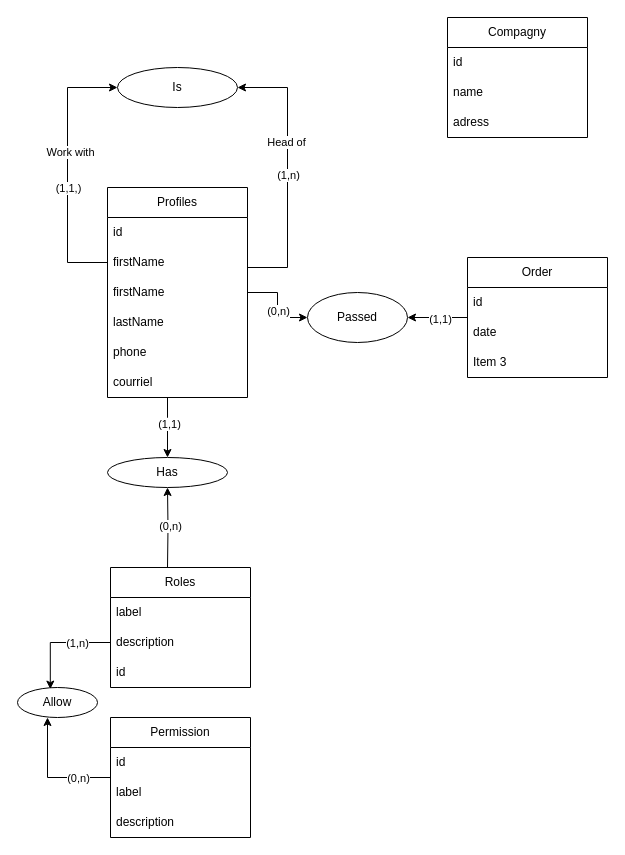
This is page "MCD" (1 of 2) of gestion-commerciale.drawio from LorinceTawamba/gestion-commerciale, a draw.io file, before an edit. Source tidied: cells renumbered, new cells numbered last; positions are measured from the earlier drawing's top-left corner, leaving out a move shared by most shapes. Both pictures are drawn from the tidied source at 100%, with x=0, y=0 at pixel (17, 17).
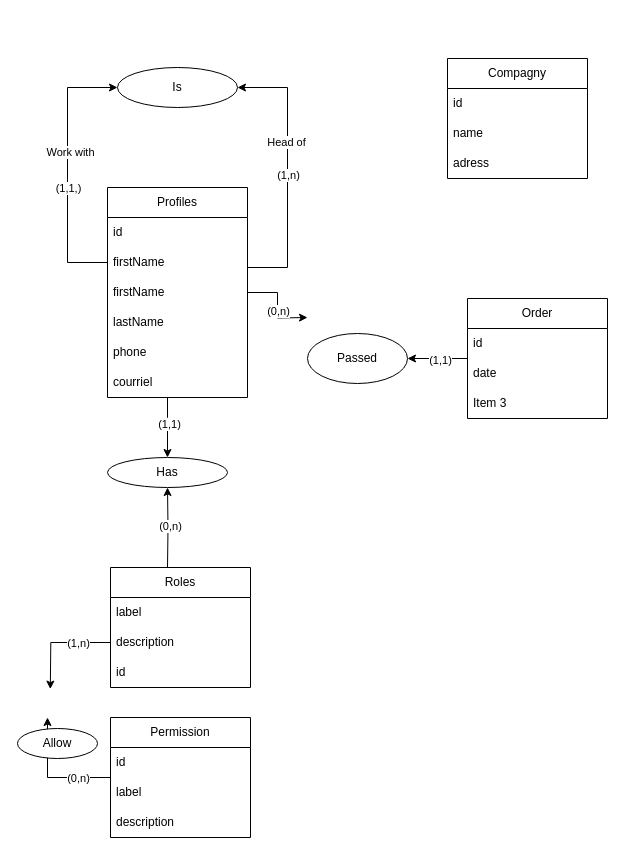
After the change.

Commit message (it also covers changes not shown here):
Mettre à jour gestion-commerciale.drawio

Unchanged cells that the change refers to:
```xml
<mxCell id="9" value="Profiles" style="swimlane;fontStyle=0;horizontal=1;startSize=30;whiteSpace=wrap;html=1;" parent="1" vertex="1">
  <mxGeometry x="90" y="170" width="140" height="210" as="geometry" />
</mxCell>
<mxCell id="24" value="description" style="text;strokeColor=none;fillColor=none;align=left;verticalAlign=middle;spacingLeft=4;spacingRight=4;overflow=hidden;points=[[0,0.5],[1,0.5]];portConstraint=eastwest;whiteSpace=wrap;html=1;" parent="22" vertex="1">
  <mxGeometry y="60" width="140" height="30" as="geometry" />
</mxCell>
<mxCell id="29" value="Permission" style="swimlane;fontStyle=0;horizontal=1;startSize=30;whiteSpace=wrap;html=1;" parent="1" vertex="1">
  <mxGeometry x="93" y="700" width="140" height="120" as="geometry" />
</mxCell>
```

Change to the diagram source:
```diff
@@
-    <mxCell id="7" style="edgeStyle=orthogonalEdgeStyle;rounded=0;jettySize=auto;html=1;entryX=0;entryY=0.5;entryDx=0;entryDy=0;" parent="1" edge="1" source="9" target="42">
-      <mxGeometry relative="1" as="geometry" />
+    <mxCell id="7" style="edgeStyle=orthogonalEdgeStyle;rounded=0;jettySize=auto;html=1;entryX=0;entryY=0.5;entryDx=0;entryDy=0;" parent="1" edge="1" source="9">
+      <mxGeometry relative="1" as="geometry">
+        <mxPoint x="290" y="300" as="targetPoint" />
+      </mxGeometry>
     </mxCell>
@@
-    <mxCell id="27" style="edgeStyle=orthogonalEdgeStyle;rounded=0;jettySize=auto;html=1;entryX=0.375;entryY=1;entryDx=0;entryDy=0;entryPerimeter=0;" parent="1" edge="1" source="29" target="33">
+    <mxCell id="27" style="edgeStyle=orthogonalEdgeStyle;rounded=0;jettySize=auto;html=1;entryX=0.375;entryY=1;entryDx=0;entryDy=0;entryPerimeter=0;" parent="1" edge="1" source="29">
       <mxGeometry relative="1" as="geometry">
+        <mxPoint x="30" y="700" as="targetPoint" />
         <Array as="points">
           <mxPoint x="30" y="760" />
         </Array>
       </mxGeometry>
     </mxCell>
@@
     <mxCell id="33" value="Allow" style="ellipse;whiteSpace=wrap;html=1;" parent="1" vertex="1">
-      <mxGeometry y="670" width="80" height="30" as="geometry" />
+      <mxGeometry y="711" width="80" height="30" as="geometry" />
     </mxCell>
-    <mxCell id="34" style="edgeStyle=orthogonalEdgeStyle;rounded=0;jettySize=auto;html=1;entryX=0.41;entryY=0.053;entryDx=0;entryDy=0;entryPerimeter=0;" parent="1" edge="1" source="24" target="33">
-      <mxGeometry relative="1" as="geometry" />
+    <mxCell id="34" style="edgeStyle=orthogonalEdgeStyle;rounded=0;jettySize=auto;html=1;entryX=0.41;entryY=0.053;entryDx=0;entryDy=0;entryPerimeter=0;" parent="1" edge="1" source="24">
+      <mxGeometry relative="1" as="geometry">
+        <mxPoint x="32.8" y="671.6" as="targetPoint" />
+      </mxGeometry>
     </mxCell>
@@
     <mxCell id="38" value="Order" style="swimlane;fontStyle=0;horizontal=1;startSize=30;whiteSpace=wrap;html=1;" parent="1" vertex="1">
-      <mxGeometry x="450" y="240" width="140" height="120" as="geometry" />
+      <mxGeometry x="450" y="281" width="140" height="120" as="geometry" />
     </mxCell>
@@
     <mxCell id="42" value="Passed" style="ellipse;whiteSpace=wrap;html=1;" parent="1" vertex="1">
-      <mxGeometry x="290" y="275" width="100" height="50" as="geometry" />
+      <mxGeometry x="290" y="316" width="100" height="50" as="geometry" />
     </mxCell>
     <mxCell id="43" value="Compagny" style="swimlane;fontStyle=0;horizontal=1;startSize=30;whiteSpace=wrap;html=1;" parent="1" vertex="1">
-      <mxGeometry x="430" width="140" height="120" as="geometry" />
+      <mxGeometry x="430" y="41" width="140" height="120" as="geometry" />
     </mxCell>
```
